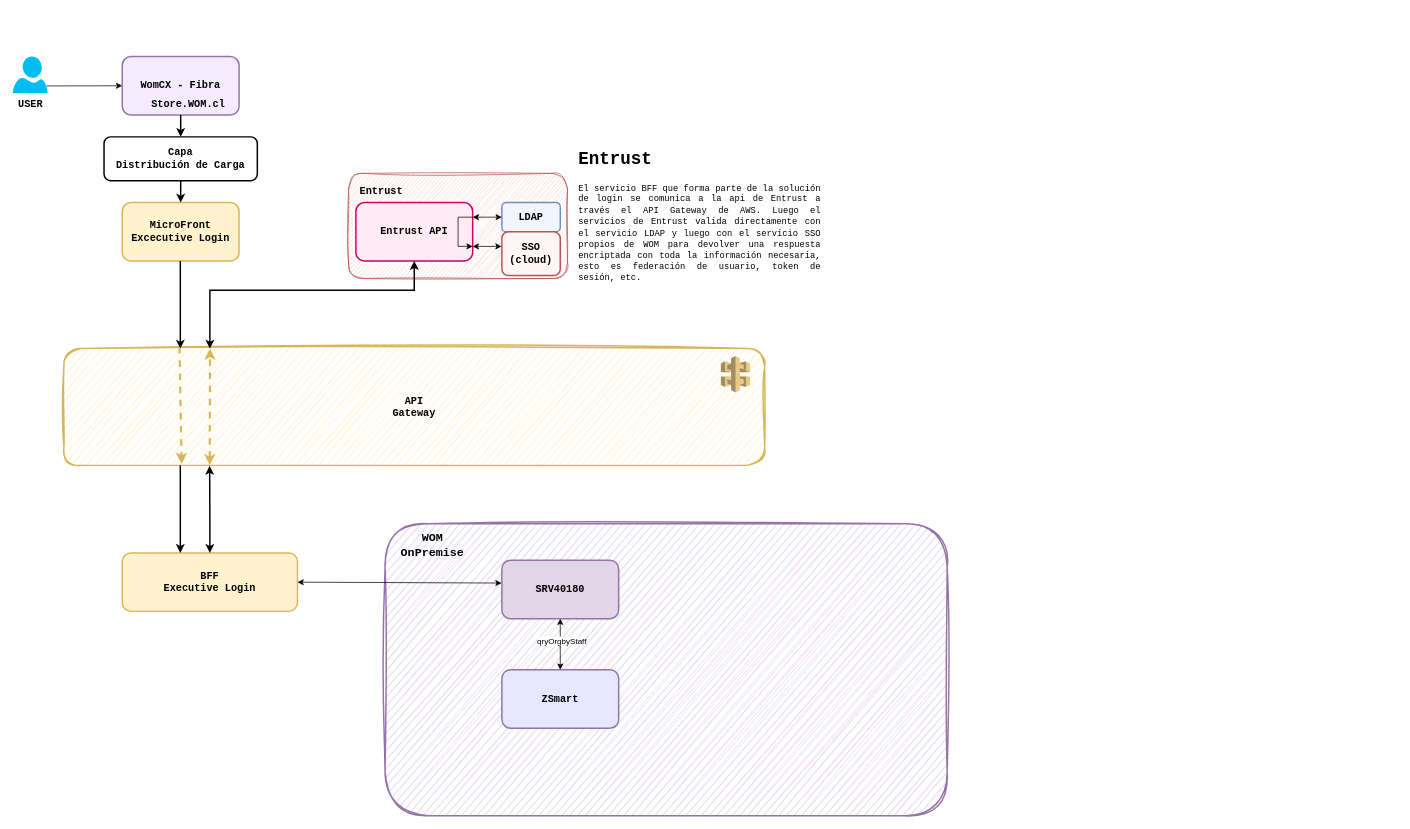
The draw.io diagram LoginLayer.drawio in linosnt/womCX, before the edit. Source tidied: cells renumbered, new cells numbered last; positions are measured from the earlier drawing's top-left corner, leaving out a move shared by most shapes. Both pictures are drawn from the tidied source at 73%, with x=0, y=0 at pixel (12, 56).
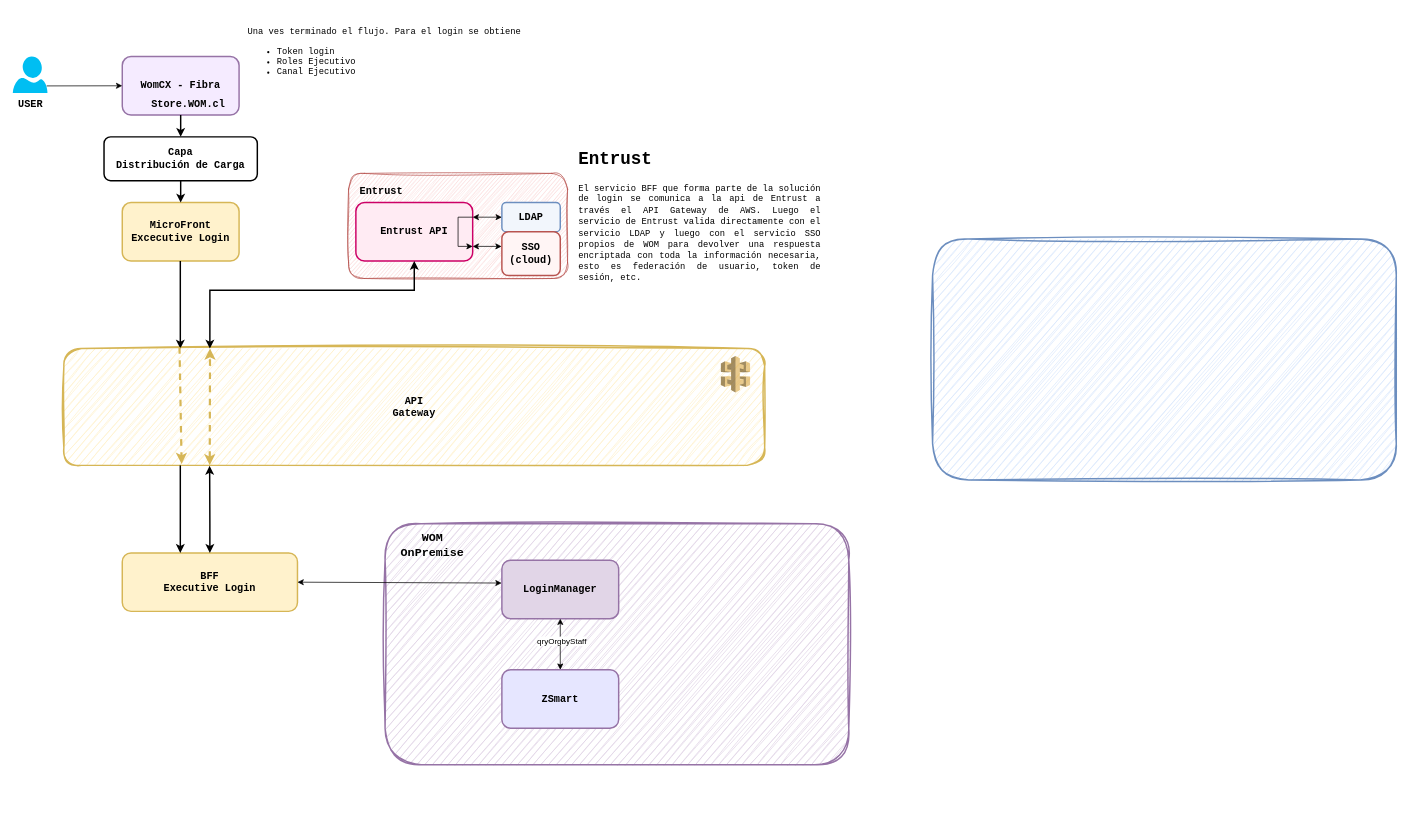
The same page after the edit.

Diff of the diagram source:
```diff
@@
     <mxCell id="2" style="rounded=1;whiteSpace=wrap;html=1;fillColor=#e1d5e7;strokeColor=#9673a6;strokeWidth=2;sketch=1;curveFitting=1;jiggle=2;" parent="1" vertex="1">
-      <mxGeometry x="510" y="640" width="770" height="400" as="geometry" />
+      <mxGeometry x="510" y="640" width="635.2" height="330" as="geometry" />
     </mxCell>
@@
-    <mxCell id="25" value="&lt;h1 align=&quot;justify&quot;&gt;&lt;font face=&quot;Courier New&quot;&gt;Entrust&lt;/font&gt;&lt;/h1&gt;&lt;p align=&quot;justify&quot;&gt;&lt;font face=&quot;Courier New&quot;&gt;El servicio BFF que forma parte de la solución de login se comunica a la api de Entrust a través el API Gateway de AWS. Luego el servicios de Entrust valida directamente con el servicio LDAP y luego con el servicio SSO propios de WOM para devolver una respuesta encriptada con toda la información necesaria, esto es federación de usuario, token de sesión, etc.&lt;/font&gt;&lt;br&gt;&lt;/p&gt;" style="text;html=1;strokeColor=none;fillColor=none;spacing=5;spacingTop=-20;whiteSpace=wrap;overflow=hidden;rounded=0;" parent="1" vertex="1">
+    <mxCell id="25" value="&lt;h1 align=&quot;justify&quot;&gt;&lt;font face=&quot;Courier New&quot;&gt;Entrust&lt;/font&gt;&lt;/h1&gt;&lt;p align=&quot;justify&quot;&gt;&lt;font face=&quot;Courier New&quot;&gt;El servicio BFF que forma parte de la solución de login se comunica a la api de Entrust a través el API Gateway de AWS. Luego el servicio de Entrust valida directamente con el servicio LDAP y luego con el servicio SSO propios de WOM para devolver una respuesta encriptada con toda la información necesaria, esto es federación de usuario, token de sesión, etc.&lt;/font&gt;&lt;br&gt;&lt;/p&gt;" style="text;html=1;strokeColor=none;fillColor=none;spacing=5;spacingTop=-20;whiteSpace=wrap;overflow=hidden;rounded=0;" parent="1" vertex="1">
       <mxGeometry x="770" y="120" width="340" height="190" as="geometry" />
     </mxCell>
-    <mxCell id="26" value="&lt;div&gt;&lt;font size=&quot;1&quot; face=&quot;Courier New&quot;&gt;&lt;b style=&quot;font-size: 14px;&quot;&gt;SRV40180&lt;/b&gt;&lt;/font&gt;&lt;/div&gt;" style="rounded=1;whiteSpace=wrap;html=1;fillColor=#e1d5e7;strokeColor=#9673a6;strokeWidth=2;" parent="1" vertex="1">
+    <mxCell id="26" value="&lt;div&gt;&lt;font size=&quot;1&quot; face=&quot;Courier New&quot;&gt;&lt;b style=&quot;font-size: 14px;&quot;&gt;LoginManager&lt;/b&gt;&lt;/font&gt;&lt;/div&gt;" style="rounded=1;whiteSpace=wrap;html=1;fillColor=#e1d5e7;strokeColor=#9673a6;strokeWidth=2;" parent="1" vertex="1">
       <mxGeometry x="670" y="690" width="160" height="80" as="geometry" />
     </mxCell>
@@
+    <mxCell id="35" value="&lt;div style=&quot;&quot;&gt;&lt;span style=&quot;font-family: &amp;quot;Courier New&amp;quot;; background-color: initial;&quot;&gt;Una ves terminado el flujo. Para el login se obtiene&lt;/span&gt;&lt;/div&gt;&lt;font face=&quot;Courier New&quot;&gt;&lt;div style=&quot;&quot;&gt;&lt;ul&gt;&lt;li&gt;&lt;span style=&quot;background-color: initial;&quot;&gt;Token login&lt;/span&gt;&lt;/li&gt;&lt;li&gt;&lt;span style=&quot;background-color: initial;&quot;&gt;Roles Ejecutivo&lt;/span&gt;&lt;/li&gt;&lt;li&gt;&lt;span style=&quot;background-color: initial;&quot;&gt;Canal Ejecutivo&lt;/span&gt;&lt;/li&gt;&lt;/ul&gt;&lt;/div&gt;&lt;/font&gt;" style="text;html=1;strokeColor=none;fillColor=none;align=left;verticalAlign=middle;whiteSpace=wrap;rounded=0;" parent="1" vertex="1">
+      <mxGeometry x="320" y="-60" width="430" height="120" as="geometry" />
+    </mxCell>
+    <mxCell id="36" style="rounded=1;whiteSpace=wrap;html=1;fillColor=#dae8fc;strokeColor=#6c8ebf;strokeWidth=2;sketch=1;curveFitting=1;jiggle=2;" parent="1" vertex="1">
+      <mxGeometry x="1260" y="250" width="635.2" height="330" as="geometry" />
+    </mxCell>
```
